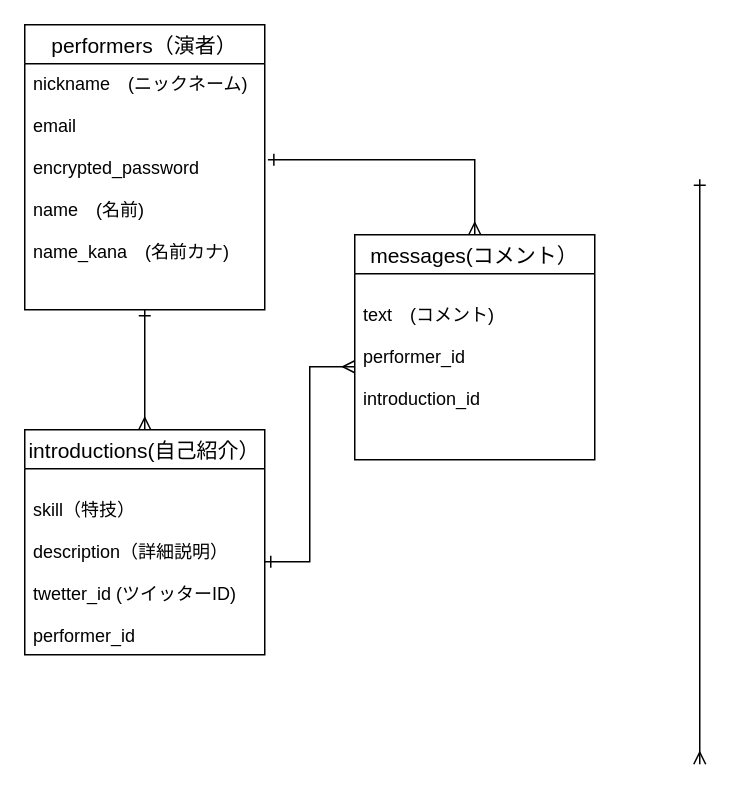
Earlier version of the draw.io diagram test.dio (noname2601/event-connect-35213). Source tidied: cells renumbered, new cells numbered last; positions are measured from the earlier drawing's top-left corner, leaving out a move shared by most shapes. Both pictures are drawn from the tidied source at 150%, with x=0, y=0 at pixel (24, 24).
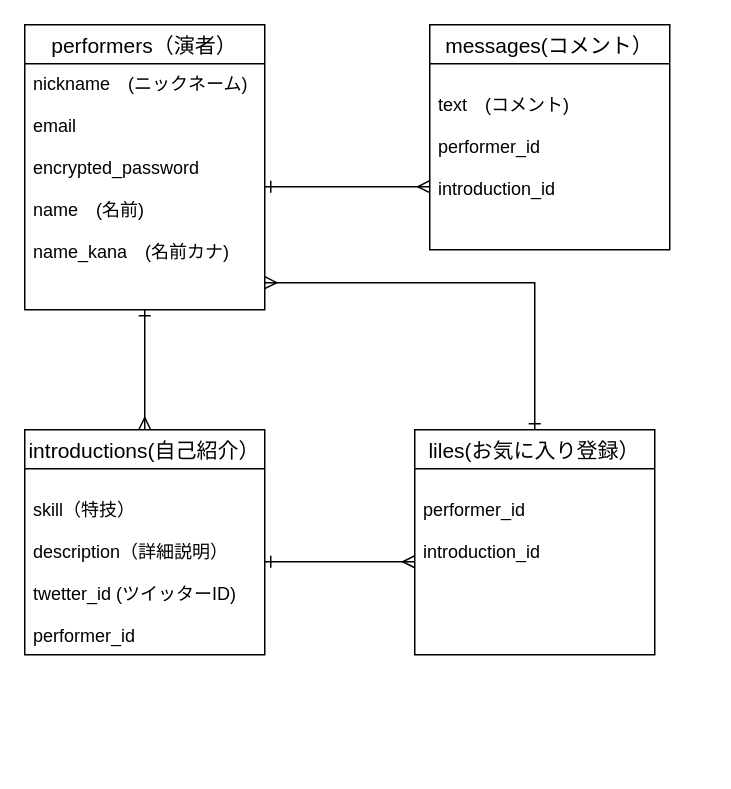
After the change.

Diff of the diagram source:
```diff
@@
 <mxGraphModel>
   <root>
     <mxCell id="0" />
     <mxCell id="1" parent="0" />
     <mxCell id="2" value="performers（演者）" style="swimlane;fontStyle=0;horizontal=1;startSize=26;align=center;fontSize=14;" parent="1" vertex="1">
       <mxGeometry width="160" height="190" as="geometry" />
     </mxCell>
     <mxCell id="3" value="nickname　(ニックネーム)&#10;&#10;email&#10;&#10;encrypted_password&#10;&#10;name　(名前)&#10;&#10;name_kana　(名前カナ)&#10;&#10;&#10;&#10;&#10;&#10;&#10;&#10;&#10;&#10;&#10;" style="text;strokeColor=none;fillColor=none;spacingLeft=4;spacingRight=4;overflow=hidden;points=[[0,0.5],[1,0.5]];portConstraint=eastwest;fontSize=12;" parent="2" vertex="1">
       <mxGeometry y="26" width="160" height="164" as="geometry" />
     </mxCell>
     <mxCell id="4" style="edgeStyle=orthogonalEdgeStyle;rounded=0;jettySize=auto;html=1;exitX=0.5;exitY=0;exitDx=0;exitDy=0;startArrow=ERmany;startFill=0;endArrow=ERone;endFill=0;" parent="1" edge="1" source="5">
       <mxGeometry relative="1" as="geometry">
         <mxPoint x="80" y="190" as="targetPoint" />
       </mxGeometry>
     </mxCell>
     <mxCell id="5" value="introductions(自己紹介）" style="swimlane;fontStyle=0;horizontal=1;startSize=26;align=center;fontSize=14;" parent="1" vertex="1">
       <mxGeometry y="270" width="160" height="150" as="geometry" />
     </mxCell>
     <mxCell id="6" value="&#10;skill（特技）&#10;&#10;description（詳細説明）&#10;&#10;twetter_id (ツイッターID)&#10;&#10;performer_id&#10;&#10;" style="text;strokeColor=none;fillColor=none;spacingLeft=4;spacingRight=4;overflow=hidden;points=[[0,0.5],[1,0.5]];portConstraint=eastwest;fontSize=12;" parent="5" vertex="1">
       <mxGeometry y="26" width="160" height="124" as="geometry" />
     </mxCell>
-    <mxCell id="7" style="edgeStyle=orthogonalEdgeStyle;rounded=0;orthogonalLoop=1;jettySize=auto;html=1;exitX=1;exitY=0.5;exitDx=0;exitDy=0;entryX=1;entryY=0.5;entryDx=0;entryDy=0;startArrow=ERmany;startFill=0;endArrow=ERone;endFill=0;" parent="1" edge="1">
-      <mxGeometry relative="1" as="geometry">
-        <mxPoint x="450" y="493" as="sourcePoint" />
-        <mxPoint x="450" y="103" as="targetPoint" />
-      </mxGeometry>
-    </mxCell>
-    <mxCell id="8" style="edgeStyle=orthogonalEdgeStyle;rounded=0;jettySize=auto;html=1;exitX=0.5;exitY=0;exitDx=0;exitDy=0;entryX=1.013;entryY=0.39;entryDx=0;entryDy=0;entryPerimeter=0;startArrow=ERmany;startFill=0;endArrow=ERone;endFill=0;" parent="1" edge="1" source="9" target="3">
-      <mxGeometry relative="1" as="geometry" />
-    </mxCell>
     <mxCell id="9" value="messages(コメント）" style="swimlane;fontStyle=0;horizontal=1;startSize=26;align=center;fontSize=14;" parent="1" vertex="1">
-      <mxGeometry x="220" y="140" width="160" height="150" as="geometry" />
+      <mxGeometry x="270" width="160" height="150" as="geometry" />
     </mxCell>
     <mxCell id="10" value="&#10;text　(コメント)&#10;&#10;performer_id&#10;&#10;introduction_id&#10;&#10;&#10;&#10;&#10;&#10;" style="text;strokeColor=none;fillColor=none;spacingLeft=4;spacingRight=4;overflow=hidden;points=[[0,0.5],[1,0.5]];portConstraint=eastwest;fontSize=12;" parent="9" vertex="1">
       <mxGeometry y="26" width="160" height="124" as="geometry" />
     </mxCell>
-    <mxCell id="11" style="edgeStyle=orthogonalEdgeStyle;rounded=0;jettySize=auto;html=1;exitX=1;exitY=0.5;exitDx=0;exitDy=0;endArrow=ERmany;endFill=0;startArrow=ERone;startFill=0;" parent="1" edge="1" source="6" target="10">
+    <mxCell id="11" style="edgeStyle=orthogonalEdgeStyle;rounded=0;jettySize=auto;html=1;exitX=1;exitY=0.5;exitDx=0;exitDy=0;entryX=0;entryY=0.661;entryDx=0;entryDy=0;entryPerimeter=0;endArrow=ERmany;endFill=0;startArrow=ERone;startFill=0;" parent="1" edge="1" source="3" target="10">
       <mxGeometry relative="1" as="geometry" />
     </mxCell>
+    <mxCell id="12" style="edgeStyle=orthogonalEdgeStyle;rounded=0;jettySize=auto;html=1;exitX=0.5;exitY=0;exitDx=0;exitDy=0;entryX=1;entryY=0.89;entryDx=0;entryDy=0;entryPerimeter=0;endArrow=ERmany;endFill=0;startArrow=ERone;startFill=0;" parent="1" edge="1" source="13" target="3">
+      <mxGeometry relative="1" as="geometry" />
+    </mxCell>
+    <mxCell id="13" value="liles(お気に入り登録）" style="swimlane;fontStyle=0;horizontal=1;startSize=26;align=center;fontSize=14;" parent="1" vertex="1">
+      <mxGeometry x="260" y="270" width="160" height="150" as="geometry" />
+    </mxCell>
+    <mxCell id="14" value="&#10;performer_id&#10;&#10;introduction_id&#10;&#10;&#10;&#10;&#10;&#10;" style="text;strokeColor=none;fillColor=none;spacingLeft=4;spacingRight=4;overflow=hidden;points=[[0,0.5],[1,0.5]];portConstraint=eastwest;fontSize=12;" parent="13" vertex="1">
+      <mxGeometry y="26" width="160" height="124" as="geometry" />
+    </mxCell>
+    <mxCell id="15" style="edgeStyle=orthogonalEdgeStyle;rounded=0;jettySize=auto;html=1;exitX=1;exitY=0.5;exitDx=0;exitDy=0;entryX=0;entryY=0.5;entryDx=0;entryDy=0;endArrow=ERmany;endFill=0;startArrow=ERone;startFill=0;" parent="1" edge="1" source="6" target="14">
+      <mxGeometry relative="1" as="geometry" />
+    </mxCell>
   </root>
 </mxGraphModel>
```
